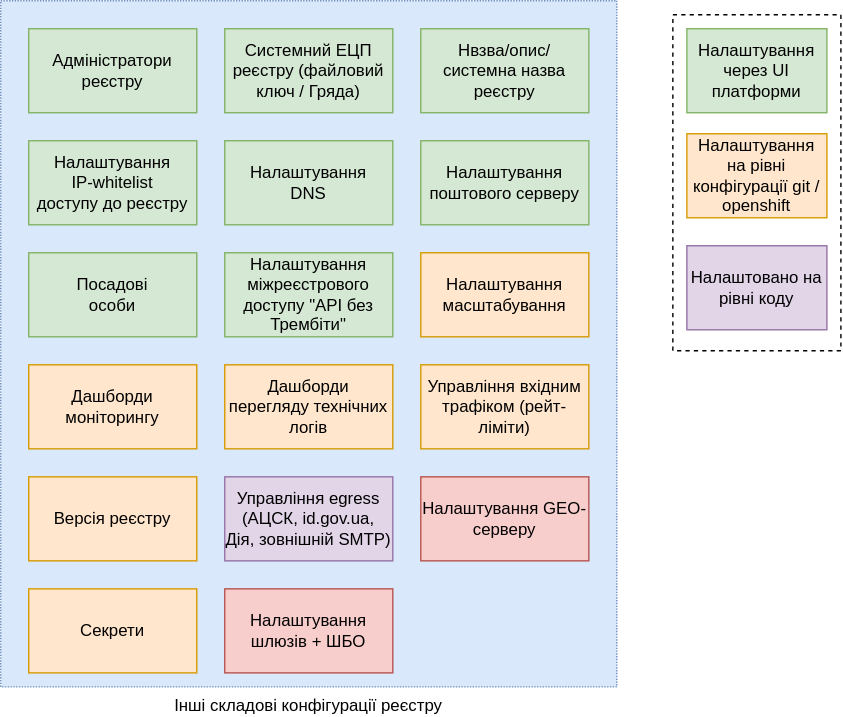
epam/edp-ddm-architecture keeps this draw.io diagram as docs/en/modules/arch/images/architecture/platform/administrative/config-management/registry-configuration-structure.svg. Above is the earlier version. Source tidied: cells renumbered, new cells last; positions are measured from the earlier drawing's top-left corner, leaving out a move shared by most shapes. Source of this version:
```xml
<mxGraphModel>
  <root>
    <mxCell id="0" />
    <mxCell id="1" parent="0" />
    <mxCell id="2" style="rounded=0;whiteSpace=wrap;html=1;dashed=1;fontSize=11;" parent="1" vertex="1">
      <mxGeometry x="480" y="10" width="120" height="240" as="geometry" />
    </mxCell>
    <mxCell id="3" value="Інші складові конфігурації реєстру" style="rounded=0;whiteSpace=wrap;html=1;dashed=1;dashPattern=1 1;fillColor=#dae8fc;strokeColor=#6c8ebf;labelPosition=center;verticalLabelPosition=bottom;align=center;verticalAlign=top;" parent="1" vertex="1">
      <mxGeometry width="440" height="490" as="geometry" />
    </mxCell>
    <mxCell id="4" value="Налаштування&lt;br&gt;масштабування" style="rounded=0;whiteSpace=wrap;html=1;fillColor=#ffe6cc;strokeColor=#d79b00;" parent="1" vertex="1">
      <mxGeometry x="300" y="180" width="120" height="60" as="geometry" />
    </mxCell>
    <mxCell id="5" value="Управління вхідним трафіком (рейт-ліміти)" style="rounded=0;whiteSpace=wrap;html=1;fillColor=#ffe6cc;strokeColor=#d79b00;" parent="1" vertex="1">
      <mxGeometry x="300" y="260" width="120" height="60" as="geometry" />
    </mxCell>
    <mxCell id="6" value="Системний ЕЦП реєстру (файловий ключ / Гряда)" style="rounded=0;whiteSpace=wrap;html=1;fillColor=#d5e8d4;strokeColor=#82b366;" parent="1" vertex="1">
      <mxGeometry x="160" y="20" width="120" height="60" as="geometry" />
    </mxCell>
    <mxCell id="7" value="Налаштування &lt;br&gt;DNS" style="rounded=0;whiteSpace=wrap;html=1;fillColor=#d5e8d4;strokeColor=#82b366;" parent="1" vertex="1">
      <mxGeometry x="160" y="100" width="120" height="60" as="geometry" />
    </mxCell>
    <mxCell id="8" value="Налаштування поштового серверу" style="rounded=0;whiteSpace=wrap;html=1;fillColor=#d5e8d4;strokeColor=#82b366;" parent="1" vertex="1">
      <mxGeometry x="300" y="100" width="120" height="60" as="geometry" />
    </mxCell>
    <mxCell id="9" value="Нвзва/опис/системна назва реєстру" style="rounded=0;whiteSpace=wrap;html=1;fillColor=#d5e8d4;strokeColor=#82b366;" parent="1" vertex="1">
      <mxGeometry x="300" y="20" width="120" height="60" as="geometry" />
    </mxCell>
    <mxCell id="10" value="Налаштування &lt;br&gt;IP-whitelist&lt;br&gt;доступу до реєстру" style="rounded=0;whiteSpace=wrap;html=1;fillColor=#d5e8d4;strokeColor=#82b366;" parent="1" vertex="1">
      <mxGeometry x="20" y="100" width="120" height="60" as="geometry" />
    </mxCell>
    <mxCell id="11" value="Управління egress&lt;br&gt;(АЦСК, id.gov.ua, Дія, зовнішній SMTP)" style="rounded=0;whiteSpace=wrap;html=1;fillColor=#e1d5e7;strokeColor=#9673a6;" parent="1" vertex="1">
      <mxGeometry x="160" y="340" width="120" height="60" as="geometry" />
    </mxCell>
    <mxCell id="12" value="Налаштування через UI платформи" style="rounded=0;whiteSpace=wrap;html=1;fillColor=#d5e8d4;strokeColor=#82b366;" parent="1" vertex="1">
      <mxGeometry x="490" y="20" width="100" height="60" as="geometry" />
    </mxCell>
    <mxCell id="13" value="Налаштування на рівні конфігурації git / openshift" style="rounded=0;whiteSpace=wrap;html=1;fillColor=#ffe6cc;strokeColor=#d79b00;" parent="1" vertex="1">
      <mxGeometry x="490" y="95" width="100" height="60" as="geometry" />
    </mxCell>
    <mxCell id="14" value="Налаштовано на рівні коду" style="rounded=0;whiteSpace=wrap;html=1;fillColor=#e1d5e7;strokeColor=#9673a6;" parent="1" vertex="1">
      <mxGeometry x="490" y="175" width="100" height="60" as="geometry" />
    </mxCell>
    <mxCell id="15" value="Версія реєстру" style="rounded=0;whiteSpace=wrap;html=1;fillColor=#ffe6cc;strokeColor=#d79b00;" parent="1" vertex="1">
      <mxGeometry x="20" y="340" width="120" height="60" as="geometry" />
    </mxCell>
    <mxCell id="16" value="Дашборди моніторингу" style="rounded=0;whiteSpace=wrap;html=1;fillColor=#ffe6cc;strokeColor=#d79b00;" parent="1" vertex="1">
      <mxGeometry x="20" y="260" width="120" height="60" as="geometry" />
    </mxCell>
    <mxCell id="17" value="Дашборди перегляду технічних логів" style="rounded=0;whiteSpace=wrap;html=1;fillColor=#ffe6cc;strokeColor=#d79b00;" parent="1" vertex="1">
      <mxGeometry x="160" y="260" width="120" height="60" as="geometry" />
    </mxCell>
    <mxCell id="18" value="Налаштування міжреєстрового доступу &quot;API без Трембіти&quot;" style="rounded=0;whiteSpace=wrap;html=1;fillColor=#d5e8d4;strokeColor=#82b366;" parent="1" vertex="1">
      <mxGeometry x="160" y="180" width="120" height="60" as="geometry" />
    </mxCell>
    <mxCell id="19" value="Адміністратори реєстру" style="rounded=0;whiteSpace=wrap;html=1;fillColor=#d5e8d4;strokeColor=#82b366;" parent="1" vertex="1">
      <mxGeometry x="20" y="20" width="120" height="60" as="geometry" />
    </mxCell>
    <mxCell id="20" value="Посадові &lt;br&gt;особи" style="rounded=0;whiteSpace=wrap;html=1;fillColor=#d5e8d4;strokeColor=#82b366;" parent="1" vertex="1">
      <mxGeometry x="20" y="180" width="120" height="60" as="geometry" />
    </mxCell>
    <mxCell id="21" value="Налаштування GEO-серверу" style="rounded=0;whiteSpace=wrap;html=1;fillColor=#f8cecc;strokeColor=#b85450;" parent="1" vertex="1">
      <mxGeometry x="300" y="340" width="120" height="60" as="geometry" />
    </mxCell>
    <mxCell id="22" value="Секрети" style="rounded=0;whiteSpace=wrap;html=1;fillColor=#ffe6cc;strokeColor=#d79b00;" parent="1" vertex="1">
      <mxGeometry x="20" y="420" width="120" height="60" as="geometry" />
    </mxCell>
    <mxCell id="23" value="Налаштування шлюзів + ШБО" style="rounded=0;whiteSpace=wrap;html=1;fillColor=#f8cecc;strokeColor=#b85450;" parent="1" vertex="1">
      <mxGeometry x="160" y="420" width="120" height="60" as="geometry" />
    </mxCell>
  </root>
</mxGraphModel>
```
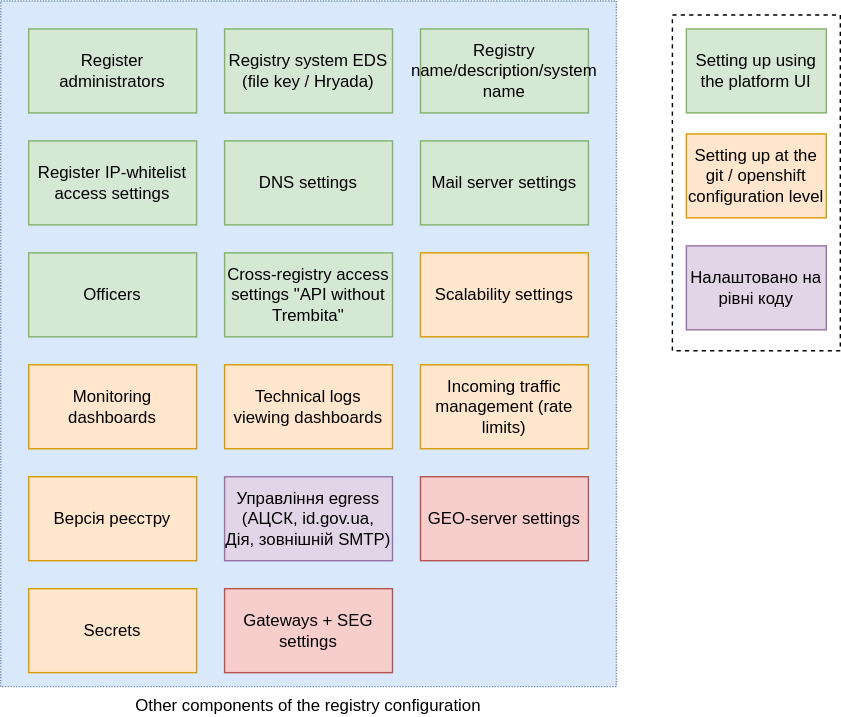
The same diagram one commit later.

Commit message:
[EDP-DDM-27399] Translated registry-configuration-structure.svg

Change to the diagram source:
```diff
@@ -5,37 +5,37 @@
     <mxCell id="2" style="rounded=0;whiteSpace=wrap;html=1;dashed=1;fontSize=11;" parent="1" vertex="1">
       <mxGeometry x="480" y="10" width="120" height="240" as="geometry" />
     </mxCell>
-    <mxCell id="3" value="Інші складові конфігурації реєстру" style="rounded=0;whiteSpace=wrap;html=1;dashed=1;dashPattern=1 1;fillColor=#dae8fc;strokeColor=#6c8ebf;labelPosition=center;verticalLabelPosition=bottom;align=center;verticalAlign=top;" parent="1" vertex="1">
+    <mxCell id="3" value="Other components of the registry configuration" style="rounded=0;whiteSpace=wrap;html=1;dashed=1;dashPattern=1 1;fillColor=#dae8fc;strokeColor=#6c8ebf;labelPosition=center;verticalLabelPosition=bottom;align=center;verticalAlign=top;" parent="1" vertex="1">
       <mxGeometry width="440" height="490" as="geometry" />
     </mxCell>
-    <mxCell id="4" value="Налаштування&lt;br&gt;масштабування" style="rounded=0;whiteSpace=wrap;html=1;fillColor=#ffe6cc;strokeColor=#d79b00;" parent="1" vertex="1">
+    <mxCell id="4" value="Scalability settings" style="rounded=0;whiteSpace=wrap;html=1;fillColor=#ffe6cc;strokeColor=#d79b00;" parent="1" vertex="1">
       <mxGeometry x="300" y="180" width="120" height="60" as="geometry" />
     </mxCell>
-    <mxCell id="5" value="Управління вхідним трафіком (рейт-ліміти)" style="rounded=0;whiteSpace=wrap;html=1;fillColor=#ffe6cc;strokeColor=#d79b00;" parent="1" vertex="1">
+    <mxCell id="5" value="Incoming traffic management (rate limits)" style="rounded=0;whiteSpace=wrap;html=1;fillColor=#ffe6cc;strokeColor=#d79b00;" parent="1" vertex="1">
       <mxGeometry x="300" y="260" width="120" height="60" as="geometry" />
     </mxCell>
-    <mxCell id="6" value="Системний ЕЦП реєстру (файловий ключ / Гряда)" style="rounded=0;whiteSpace=wrap;html=1;fillColor=#d5e8d4;strokeColor=#82b366;" parent="1" vertex="1">
+    <mxCell id="6" value="&lt;div&gt;&lt;span style=&quot;background-color: initial;&quot;&gt;Registry system EDS (file key / Hryada)&lt;/span&gt;&lt;br&gt;&lt;/div&gt;" style="rounded=0;whiteSpace=wrap;html=1;fillColor=#d5e8d4;strokeColor=#82b366;" parent="1" vertex="1">
       <mxGeometry x="160" y="20" width="120" height="60" as="geometry" />
     </mxCell>
-    <mxCell id="7" value="Налаштування &lt;br&gt;DNS" style="rounded=0;whiteSpace=wrap;html=1;fillColor=#d5e8d4;strokeColor=#82b366;" parent="1" vertex="1">
+    <mxCell id="7" value="DNS settings" style="rounded=0;whiteSpace=wrap;html=1;fillColor=#d5e8d4;strokeColor=#82b366;" parent="1" vertex="1">
       <mxGeometry x="160" y="100" width="120" height="60" as="geometry" />
     </mxCell>
-    <mxCell id="8" value="Налаштування поштового серверу" style="rounded=0;whiteSpace=wrap;html=1;fillColor=#d5e8d4;strokeColor=#82b366;" parent="1" vertex="1">
+    <mxCell id="8" value="Mail server settings" style="rounded=0;whiteSpace=wrap;html=1;fillColor=#d5e8d4;strokeColor=#82b366;" parent="1" vertex="1">
       <mxGeometry x="300" y="100" width="120" height="60" as="geometry" />
     </mxCell>
-    <mxCell id="9" value="Нвзва/опис/системна назва реєстру" style="rounded=0;whiteSpace=wrap;html=1;fillColor=#d5e8d4;strokeColor=#82b366;" parent="1" vertex="1">
+    <mxCell id="9" value="Registry name/description/system name" style="rounded=0;whiteSpace=wrap;html=1;fillColor=#d5e8d4;strokeColor=#82b366;" parent="1" vertex="1">
       <mxGeometry x="300" y="20" width="120" height="60" as="geometry" />
     </mxCell>
-    <mxCell id="10" value="Налаштування &lt;br&gt;IP-whitelist&lt;br&gt;доступу до реєстру" style="rounded=0;whiteSpace=wrap;html=1;fillColor=#d5e8d4;strokeColor=#82b366;" parent="1" vertex="1">
+    <mxCell id="10" value="Register IP-whitelist access settings" style="rounded=0;whiteSpace=wrap;html=1;fillColor=#d5e8d4;strokeColor=#82b366;" parent="1" vertex="1">
       <mxGeometry x="20" y="100" width="120" height="60" as="geometry" />
     </mxCell>
     <mxCell id="11" value="Управління egress&lt;br&gt;(АЦСК, id.gov.ua, Дія, зовнішній SMTP)" style="rounded=0;whiteSpace=wrap;html=1;fillColor=#e1d5e7;strokeColor=#9673a6;" parent="1" vertex="1">
       <mxGeometry x="160" y="340" width="120" height="60" as="geometry" />
     </mxCell>
-    <mxCell id="12" value="Налаштування через UI платформи" style="rounded=0;whiteSpace=wrap;html=1;fillColor=#d5e8d4;strokeColor=#82b366;" parent="1" vertex="1">
+    <mxCell id="12" value="Setting up using the platform UI" style="rounded=0;whiteSpace=wrap;html=1;fillColor=#d5e8d4;strokeColor=#82b366;" parent="1" vertex="1">
       <mxGeometry x="490" y="20" width="100" height="60" as="geometry" />
     </mxCell>
-    <mxCell id="13" value="Налаштування на рівні конфігурації git / openshift" style="rounded=0;whiteSpace=wrap;html=1;fillColor=#ffe6cc;strokeColor=#d79b00;" parent="1" vertex="1">
+    <mxCell id="13" value="Setting up at the git / openshift configuration level" style="rounded=0;whiteSpace=wrap;html=1;fillColor=#ffe6cc;strokeColor=#d79b00;" parent="1" vertex="1">
       <mxGeometry x="490" y="95" width="100" height="60" as="geometry" />
     </mxCell>
     <mxCell id="14" value="Налаштовано на рівні коду" style="rounded=0;whiteSpace=wrap;html=1;fillColor=#e1d5e7;strokeColor=#9673a6;" parent="1" vertex="1">
@@ -44,28 +44,28 @@
     <mxCell id="15" value="Версія реєстру" style="rounded=0;whiteSpace=wrap;html=1;fillColor=#ffe6cc;strokeColor=#d79b00;" parent="1" vertex="1">
       <mxGeometry x="20" y="340" width="120" height="60" as="geometry" />
     </mxCell>
-    <mxCell id="16" value="Дашборди моніторингу" style="rounded=0;whiteSpace=wrap;html=1;fillColor=#ffe6cc;strokeColor=#d79b00;" parent="1" vertex="1">
+    <mxCell id="16" value="Monitoring dashboards" style="rounded=0;whiteSpace=wrap;html=1;fillColor=#ffe6cc;strokeColor=#d79b00;" parent="1" vertex="1">
       <mxGeometry x="20" y="260" width="120" height="60" as="geometry" />
     </mxCell>
-    <mxCell id="17" value="Дашборди перегляду технічних логів" style="rounded=0;whiteSpace=wrap;html=1;fillColor=#ffe6cc;strokeColor=#d79b00;" parent="1" vertex="1">
+    <mxCell id="17" value="Technical logs viewing dashboards" style="rounded=0;whiteSpace=wrap;html=1;fillColor=#ffe6cc;strokeColor=#d79b00;" parent="1" vertex="1">
       <mxGeometry x="160" y="260" width="120" height="60" as="geometry" />
     </mxCell>
-    <mxCell id="18" value="Налаштування міжреєстрового доступу &quot;API без Трембіти&quot;" style="rounded=0;whiteSpace=wrap;html=1;fillColor=#d5e8d4;strokeColor=#82b366;" parent="1" vertex="1">
+    <mxCell id="18" value="Cross-registry access settings &quot;API without Trembita&quot;" style="rounded=0;whiteSpace=wrap;html=1;fillColor=#d5e8d4;strokeColor=#82b366;" parent="1" vertex="1">
       <mxGeometry x="160" y="180" width="120" height="60" as="geometry" />
     </mxCell>
-    <mxCell id="19" value="Адміністратори реєстру" style="rounded=0;whiteSpace=wrap;html=1;fillColor=#d5e8d4;strokeColor=#82b366;" parent="1" vertex="1">
+    <mxCell id="19" value="Register administrators" style="rounded=0;whiteSpace=wrap;html=1;fillColor=#d5e8d4;strokeColor=#82b366;" parent="1" vertex="1">
       <mxGeometry x="20" y="20" width="120" height="60" as="geometry" />
     </mxCell>
-    <mxCell id="20" value="Посадові &lt;br&gt;особи" style="rounded=0;whiteSpace=wrap;html=1;fillColor=#d5e8d4;strokeColor=#82b366;" parent="1" vertex="1">
+    <mxCell id="20" value="Officers" style="rounded=0;whiteSpace=wrap;html=1;fillColor=#d5e8d4;strokeColor=#82b366;" parent="1" vertex="1">
       <mxGeometry x="20" y="180" width="120" height="60" as="geometry" />
     </mxCell>
-    <mxCell id="21" value="Налаштування GEO-серверу" style="rounded=0;whiteSpace=wrap;html=1;fillColor=#f8cecc;strokeColor=#b85450;" parent="1" vertex="1">
+    <mxCell id="21" value="GEO-server settings" style="rounded=0;whiteSpace=wrap;html=1;fillColor=#f8cecc;strokeColor=#b85450;" parent="1" vertex="1">
       <mxGeometry x="300" y="340" width="120" height="60" as="geometry" />
     </mxCell>
-    <mxCell id="22" value="Секрети" style="rounded=0;whiteSpace=wrap;html=1;fillColor=#ffe6cc;strokeColor=#d79b00;" parent="1" vertex="1">
+    <mxCell id="22" value="Secrets" style="rounded=0;whiteSpace=wrap;html=1;fillColor=#ffe6cc;strokeColor=#d79b00;" parent="1" vertex="1">
       <mxGeometry x="20" y="420" width="120" height="60" as="geometry" />
     </mxCell>
-    <mxCell id="23" value="Налаштування шлюзів + ШБО" style="rounded=0;whiteSpace=wrap;html=1;fillColor=#f8cecc;strokeColor=#b85450;" parent="1" vertex="1">
+    <mxCell id="23" value="Gateways + SEG settings" style="rounded=0;whiteSpace=wrap;html=1;fillColor=#f8cecc;strokeColor=#b85450;" parent="1" vertex="1">
       <mxGeometry x="160" y="420" width="120" height="60" as="geometry" />
     </mxCell>
   </root>
```
